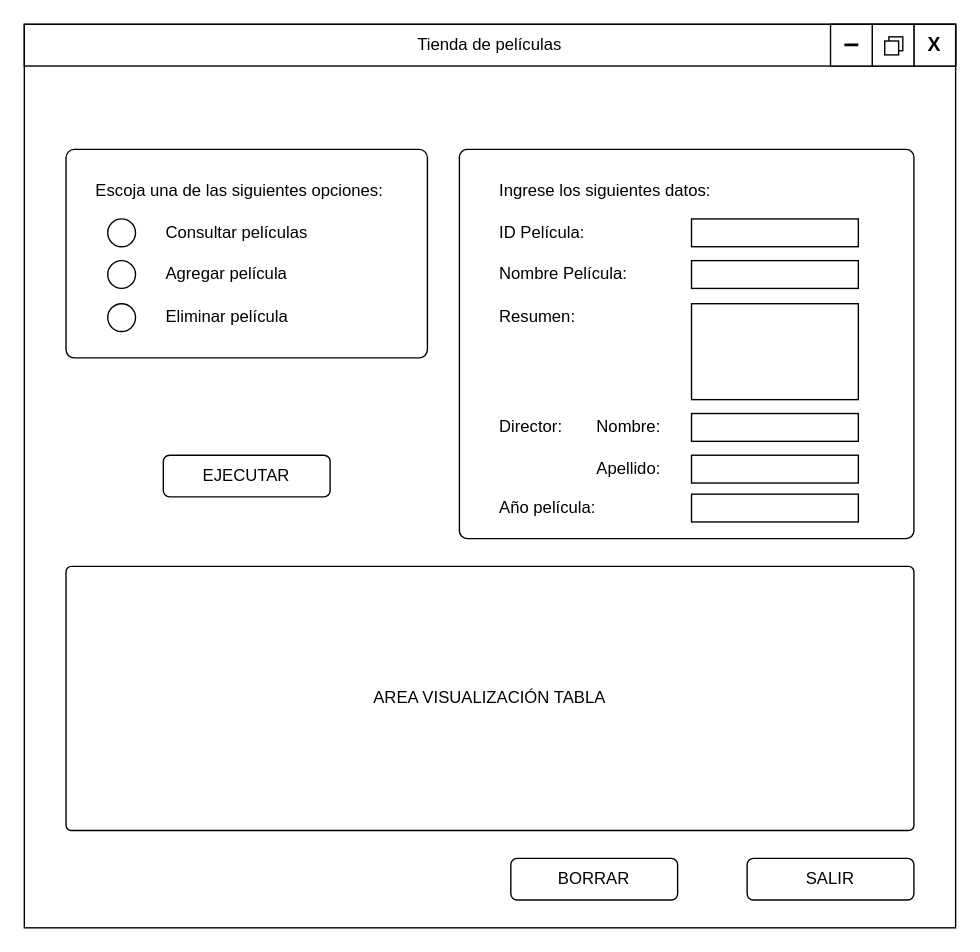
Before: Untitled Diagram.drawio in JoanValencia/Reto-5-repository, a draw.io diagram. Source tidied: cells renumbered, new cells numbered last; positions are measured from the earlier drawing's top-left corner, leaving out a move shared by most shapes. Both pictures are drawn from the tidied source at 139%, with x=0, y=0 at pixel (24, 24).
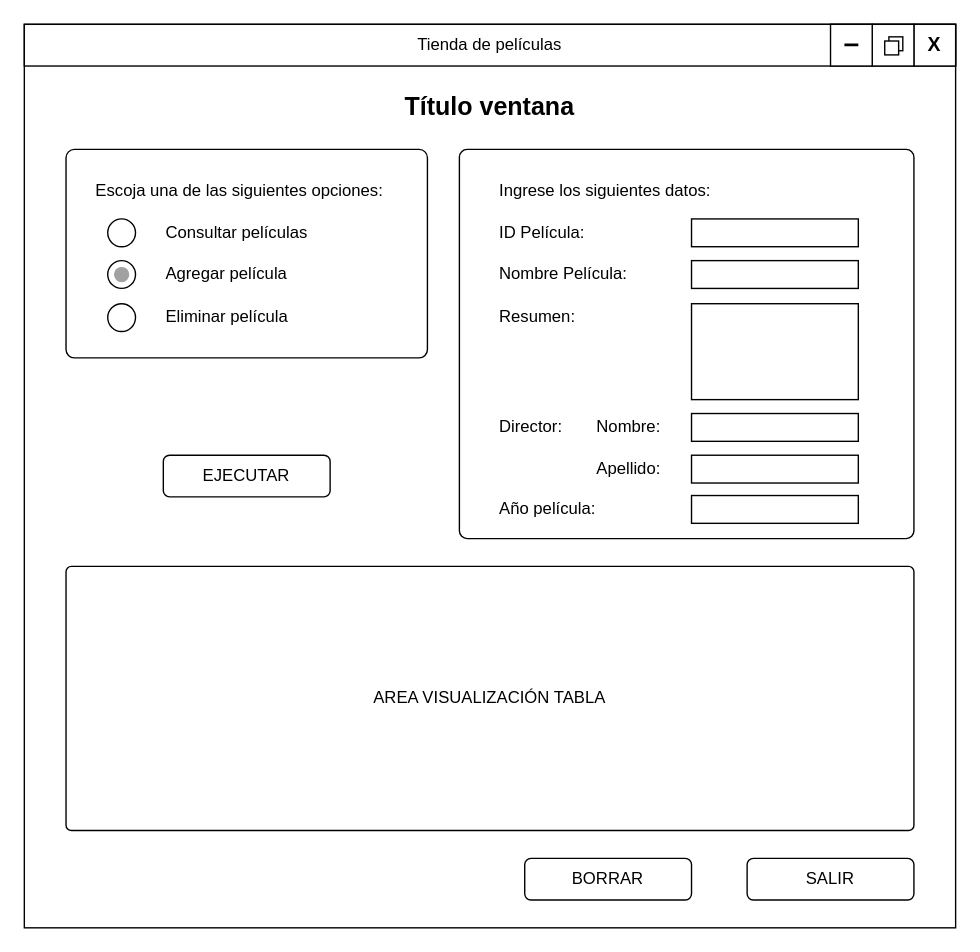
Above is the later version.

Change to the diagram source:
```diff
@@
     <mxCell id="18" value="Año película:" style="text;html=1;strokeColor=none;fillColor=none;align=left;verticalAlign=middle;whiteSpace=wrap;rounded=0;" parent="1" vertex="1">
-      <mxGeometry x="340" y="338" width="130" height="20" as="geometry" />
+      <mxGeometry x="340" y="339" width="130" height="20" as="geometry" />
     </mxCell>
@@
     <mxCell id="25" style="rounded=0;whiteSpace=wrap;html=1;" parent="1" vertex="1">
-      <mxGeometry x="480" y="338" width="120" height="20" as="geometry" />
+      <mxGeometry x="480" y="339" width="120" height="20" as="geometry" />
     </mxCell>
@@
     <mxCell id="36" value="BORRAR" style="rounded=1;whiteSpace=wrap;html=1;" parent="1" vertex="1">
-      <mxGeometry x="350" y="600" width="120" height="30" as="geometry" />
+      <mxGeometry x="360" y="600" width="120" height="30" as="geometry" />
     </mxCell>
+    <mxCell id="37" value="&lt;b&gt;&lt;font style=&quot;font-size: 18px&quot;&gt;Título ventana&lt;/font&gt;&lt;/b&gt;" style="text;html=1;strokeColor=none;fillColor=none;align=center;verticalAlign=middle;whiteSpace=wrap;rounded=0;" parent="1" vertex="1">
+      <mxGeometry x="80" y="50" width="510" height="20" as="geometry" />
+    </mxCell>
+    <mxCell id="38" style="ellipse;whiteSpace=wrap;html=1;fillColor=#A1A1A1;strokeColor=#A1A1A1;" parent="1" vertex="1">
+      <mxGeometry x="65" y="175" width="10" height="10" as="geometry" />
+    </mxCell>
```
